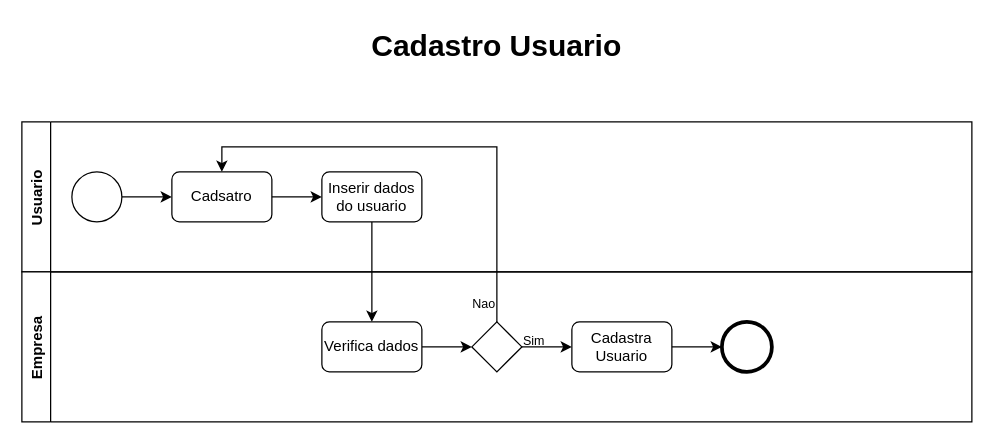
The draw.io diagram page "Cadastro Usuario" (1 of 2) of Diagrams/Diagrama - Processos de negocios.drawio in luca-moraes/projetoEngenhariaSoftware, before the edit. Source tidied: cells renumbered, new cells numbered last; positions are measured from the earlier drawing's top-left corner, leaving out a move shared by most shapes. Both pictures are drawn from the tidied source at 125%, with x=0, y=0 at pixel (21, 21).
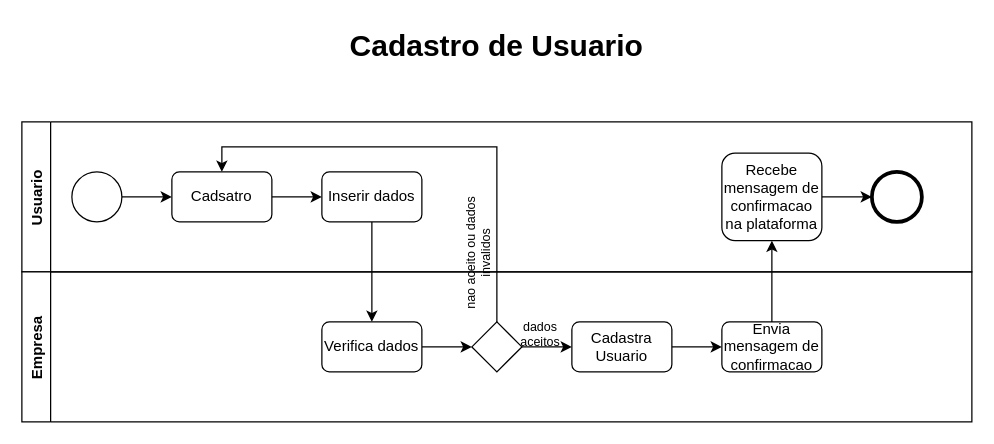
After the change.

Commit message (it also covers changes not shown here):
Cadastro de usuario e especialista.drawio

The change refers to these unchanged cells:
```xml
<mxCell id="7" value="Empresa" style="swimlane;horizontal=0;" parent="1" vertex="1">
  <mxGeometry y="200" width="760" height="120" as="geometry" />
</mxCell>
```

What changed in the source:
```diff
@@
-    <mxCell id="2" value="Usuario" style="swimlane;horizontal=0;" parent="1" vertex="1">
+    <mxCell id="2" value="Usuario" style="swimlane;horizontal=0;fontSize=12;" parent="1" vertex="1">
       <mxGeometry y="80" width="760" height="120" as="geometry" />
     </mxCell>
@@
-    <mxCell id="6" value="Inserir dados do usuario" style="rounded=1;whiteSpace=wrap;html=1;" parent="2" vertex="1">
+    <mxCell id="6" value="Inserir dados" style="rounded=1;whiteSpace=wrap;html=1;" parent="2" vertex="1">
       <mxGeometry x="240" y="40" width="80" height="40" as="geometry" />
     </mxCell>
+    <mxCell id="14" style="ellipse;whiteSpace=wrap;html=1;strokeWidth=3;" parent="2" vertex="1">
+      <mxGeometry x="680" y="40" width="40" height="40" as="geometry" />
+    </mxCell>
+    <mxCell id="21" style="edgeStyle=orthogonalEdgeStyle;rounded=0;jettySize=auto;html=1;entryX=0;entryY=0.5;entryDx=0;entryDy=0;" parent="2" edge="1" source="22" target="14">
+      <mxGeometry relative="1" as="geometry" />
+    </mxCell>
+    <mxCell id="22" value="&lt;font style=&quot;font-size: 12px;&quot;&gt;Recebe mensagem de confirmacao na plataforma&lt;/font&gt;" style="rounded=1;whiteSpace=wrap;html=1;fontSize=12;" parent="2" vertex="1">
+      <mxGeometry x="560" y="25" width="80" height="70" as="geometry" />
+    </mxCell>
+    <mxCell id="23" value="nao aceito ou dados invalidos" style="text;html=1;strokeColor=none;fillColor=none;align=center;verticalAlign=middle;whiteSpace=wrap;rounded=0;fontSize=10;rotation=-90;" parent="2" vertex="1">
+      <mxGeometry x="300" y="90" width="130" height="30" as="geometry" />
+    </mxCell>
@@
-    <mxCell id="11" value="Nao" style="text;html=1;strokeColor=none;fillColor=none;align=center;verticalAlign=middle;whiteSpace=wrap;rounded=0;fontSize=10;" parent="7" vertex="1">
-      <mxGeometry x="360" y="20" width="20" height="10" as="geometry" />
-    </mxCell>
-    <mxCell id="12" value="Sim" style="text;html=1;strokeColor=none;fillColor=none;align=center;verticalAlign=middle;whiteSpace=wrap;rounded=0;fontSize=10;" parent="7" vertex="1">
-      <mxGeometry x="400" y="50" width="20" height="10" as="geometry" />
+    <mxCell id="12" value="dados aceitos" style="text;html=1;strokeColor=none;fillColor=none;align=center;verticalAlign=middle;whiteSpace=wrap;rounded=0;fontSize=10;" parent="7" vertex="1">
+      <mxGeometry x="400" y="40" width="30" height="20" as="geometry" />
     </mxCell>
@@
-    <mxCell id="14" style="ellipse;whiteSpace=wrap;html=1;strokeWidth=3;" parent="7" vertex="1">
-      <mxGeometry x="560" y="40" width="40" height="40" as="geometry" />
-    </mxCell>
+    <mxCell id="24" value="Envia mensagem de confirmacao" style="rounded=1;whiteSpace=wrap;html=1;fontSize=12;" parent="7" vertex="1">
+      <mxGeometry x="560" y="40" width="80" height="40" as="geometry" />
+    </mxCell>
-    <mxCell id="15" value="Cadastro Usuario" style="text;html=1;strokeColor=none;fillColor=none;align=center;verticalAlign=middle;whiteSpace=wrap;rounded=0;fontSize=24;fontStyle=1;" parent="1" vertex="1">
+    <mxCell id="15" value="Cadastro de Usuario" style="text;html=1;strokeColor=none;fillColor=none;align=center;verticalAlign=middle;whiteSpace=wrap;rounded=0;fontSize=24;fontStyle=1;" parent="1" vertex="1">
       <mxGeometry x="232" width="296" height="40" as="geometry" />
     </mxCell>
@@
+    <mxCell id="25" style="edgeStyle=orthogonalEdgeStyle;rounded=0;jettySize=auto;html=1;entryX=0.5;entryY=1;entryDx=0;entryDy=0;" parent="1" edge="1" source="24" target="22">
+      <mxGeometry relative="1" as="geometry" />
+    </mxCell>
```
